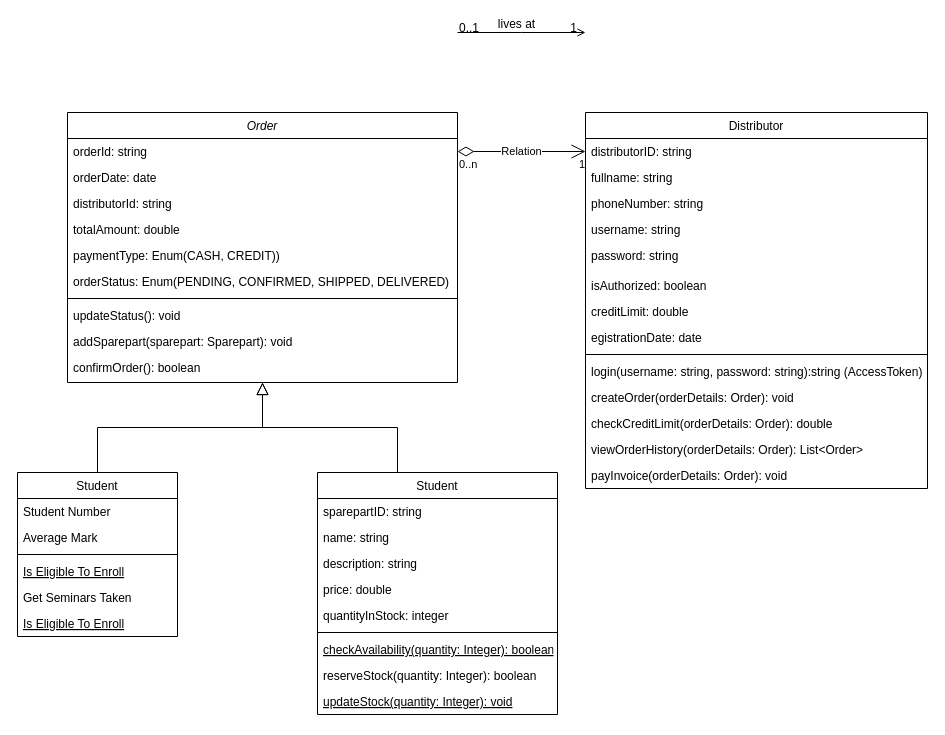
Above: ElectricCarFactory.drawio in caturprasatya/TP-UML (draw.io), before the change. Source tidied: cells renumbered, new cells numbered last; positions are measured from the earlier drawing's top-left corner, leaving out a move shared by most shapes. Both pictures are drawn from the tidied source at 100%, with x=0, y=0 at pixel (17, 32).
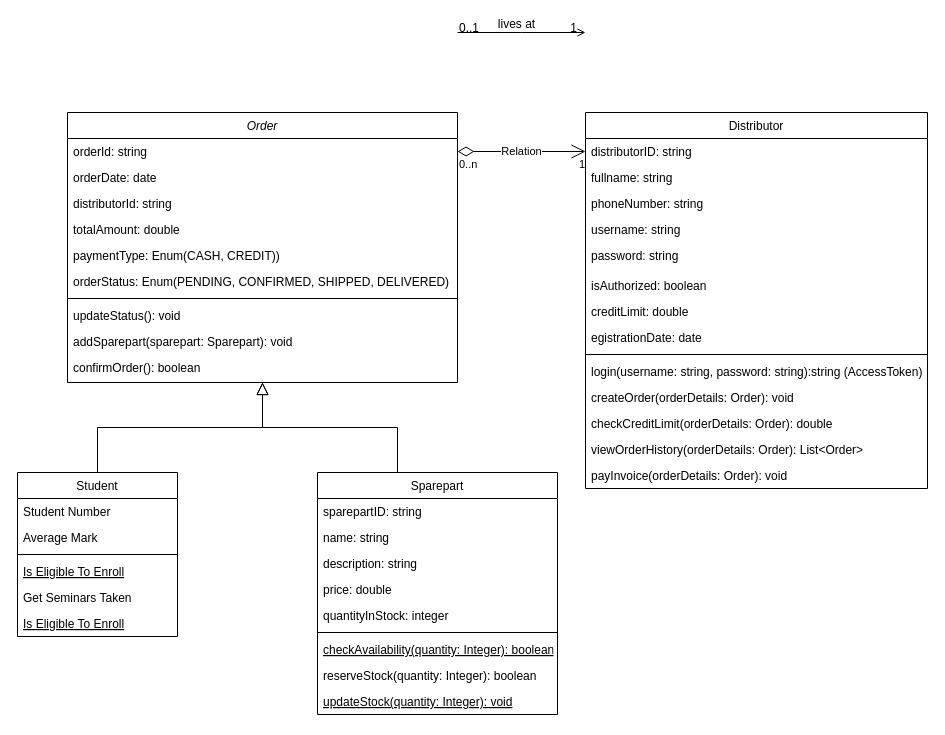
The same diagram, later.

Commit message:
add class sparepart in ElectricCarFactory.drawio

Change to the diagram source:
```diff
@@
-    <mxCell id="44" value="Student" style="swimlane;fontStyle=0;align=center;verticalAlign=top;horizontal=1;startSize=26;rounded=0;shadow=0;strokeWidth=1;" parent="1" vertex="1">
+    <mxCell id="44" value="Sparepart" style="swimlane;fontStyle=0;align=center;verticalAlign=top;horizontal=1;startSize=26;rounded=0;shadow=0;strokeWidth=1;" parent="1" vertex="1">
       <mxGeometry x="300" y="440" width="240" height="242" as="geometry" />
     </mxCell>
```
